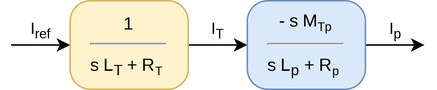
Earlier version of the draw.io export TesiMagistraleEma/Pictures/Trasformatore/PlasmaCircuit-SchemaBlocchi.png (Alfystar/fusionLab). Source tidied: cells renumbered, new cells last; positions are measured from the earlier drawing's top-left corner, leaving out a move shared by most shapes. Source of this version:
```xml
<mxGraphModel>
  <root>
    <mxCell id="0" />
    <mxCell id="1" parent="0" />
    <mxCell id="2" value="&lt;meta charset=&quot;utf-8&quot;&gt;&lt;span style=&quot;color: rgb(0, 0, 0); font-family: helvetica; font-size: 11px; font-style: normal; font-weight: 400; letter-spacing: normal; text-align: center; text-indent: 0px; text-transform: none; word-spacing: 0px; background-color: rgb(255, 255, 255); display: inline; float: none;&quot;&gt;I&lt;/span&gt;&lt;sub style=&quot;color: rgb(0, 0, 0); font-family: helvetica; font-style: normal; font-weight: 400; letter-spacing: normal; text-align: center; text-indent: 0px; text-transform: none; word-spacing: 0px;&quot;&gt;T&lt;/sub&gt;" style="edgeStyle=orthogonalEdgeStyle;rounded=0;jettySize=auto;html=1;verticalAlign=bottom;" parent="1" edge="1" source="3" target="5">
      <mxGeometry relative="1" as="geometry" />
    </mxCell>
    <mxCell id="3" value="1&lt;hr&gt;s L&lt;sub&gt;T&lt;/sub&gt;&amp;nbsp;+ R&lt;span style=&quot;font-size: 10px&quot;&gt;&lt;sub&gt;T&lt;/sub&gt;&lt;/span&gt;&amp;nbsp;" style="rounded=1;whiteSpace=wrap;html=1;verticalAlign=bottom;align=center;arcSize=23;spacingBottom=4;fillColor=#fff2cc;strokeColor=#d6b656;" parent="1" vertex="1">
      <mxGeometry x="40" width="80" height="60" as="geometry" />
    </mxCell>
    <mxCell id="4" value="I&lt;sub&gt;p&lt;/sub&gt;" style="edgeStyle=orthogonalEdgeStyle;rounded=0;jettySize=auto;html=1;verticalAlign=bottom;" parent="1" edge="1" source="5">
      <mxGeometry relative="1" as="geometry">
        <mxPoint x="280" y="30" as="targetPoint" />
      </mxGeometry>
    </mxCell>
    <mxCell id="5" value="- s M&lt;span style=&quot;font-size: 10px&quot;&gt;&lt;sub&gt;Tp&lt;/sub&gt;&lt;/span&gt;&lt;hr&gt;s L&lt;sub&gt;p&lt;/sub&gt;&amp;nbsp;+ R&lt;span style=&quot;font-size: 10px&quot;&gt;&lt;sub&gt;p&lt;/sub&gt;&lt;/span&gt;&amp;nbsp;" style="rounded=1;whiteSpace=wrap;html=1;verticalAlign=bottom;align=center;arcSize=23;spacingBottom=4;fillColor=#dae8fc;strokeColor=#6c8ebf;" parent="1" vertex="1">
      <mxGeometry x="160" width="80" height="60" as="geometry" />
    </mxCell>
    <mxCell id="6" value="&lt;meta charset=&quot;utf-8&quot;&gt;&lt;span style=&quot;color: rgb(0, 0, 0); font-family: helvetica; font-size: 11px; font-style: normal; font-weight: 400; letter-spacing: normal; text-align: center; text-indent: 0px; text-transform: none; word-spacing: 0px; background-color: rgb(255, 255, 255); display: inline; float: none;&quot;&gt;I&lt;/span&gt;&lt;sub style=&quot;color: rgb(0, 0, 0); font-family: helvetica; font-style: normal; font-weight: 400; letter-spacing: normal; text-align: center; text-indent: 0px; text-transform: none; word-spacing: 0px;&quot;&gt;ref&lt;/sub&gt;" style="endArrow=classic;html=1;verticalAlign=bottom;entryX=0;entryY=0.5;entryDx=0;entryDy=0;" parent="1" edge="1" target="3">
      <mxGeometry relative="1" as="geometry">
        <mxPoint y="30" as="sourcePoint" />
      </mxGeometry>
    </mxCell>
  </root>
</mxGraphModel>
```
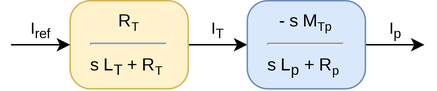
After the change.

Diff of the diagram source:
```diff
@@ -5,7 +5,7 @@
     <mxCell id="2" value="&lt;meta charset=&quot;utf-8&quot;&gt;&lt;span style=&quot;color: rgb(0, 0, 0); font-family: helvetica; font-size: 11px; font-style: normal; font-weight: 400; letter-spacing: normal; text-align: center; text-indent: 0px; text-transform: none; word-spacing: 0px; background-color: rgb(255, 255, 255); display: inline; float: none;&quot;&gt;I&lt;/span&gt;&lt;sub style=&quot;color: rgb(0, 0, 0); font-family: helvetica; font-style: normal; font-weight: 400; letter-spacing: normal; text-align: center; text-indent: 0px; text-transform: none; word-spacing: 0px;&quot;&gt;T&lt;/sub&gt;" style="edgeStyle=orthogonalEdgeStyle;rounded=0;jettySize=auto;html=1;verticalAlign=bottom;" parent="1" edge="1" source="3" target="5">
       <mxGeometry relative="1" as="geometry" />
     </mxCell>
-    <mxCell id="3" value="1&lt;hr&gt;s L&lt;sub&gt;T&lt;/sub&gt;&amp;nbsp;+ R&lt;span style=&quot;font-size: 10px&quot;&gt;&lt;sub&gt;T&lt;/sub&gt;&lt;/span&gt;&amp;nbsp;" style="rounded=1;whiteSpace=wrap;html=1;verticalAlign=bottom;align=center;arcSize=23;spacingBottom=4;fillColor=#fff2cc;strokeColor=#d6b656;" parent="1" vertex="1">
+    <mxCell id="3" value="R&lt;span style=&quot;font-size: 10px&quot;&gt;&lt;sub&gt;T&lt;/sub&gt;&lt;/span&gt;&lt;hr&gt;s L&lt;sub&gt;T&lt;/sub&gt;&amp;nbsp;+ R&lt;span style=&quot;font-size: 10px&quot;&gt;&lt;sub&gt;T&lt;/sub&gt;&lt;/span&gt;&amp;nbsp;" style="rounded=1;whiteSpace=wrap;html=1;verticalAlign=bottom;align=center;arcSize=23;spacingBottom=4;fillColor=#fff2cc;strokeColor=#d6b656;" parent="1" vertex="1">
       <mxGeometry x="40" width="80" height="60" as="geometry" />
     </mxCell>
     <mxCell id="4" value="I&lt;sub&gt;p&lt;/sub&gt;" style="edgeStyle=orthogonalEdgeStyle;rounded=0;jettySize=auto;html=1;verticalAlign=bottom;" parent="1" edge="1" source="5">
```
